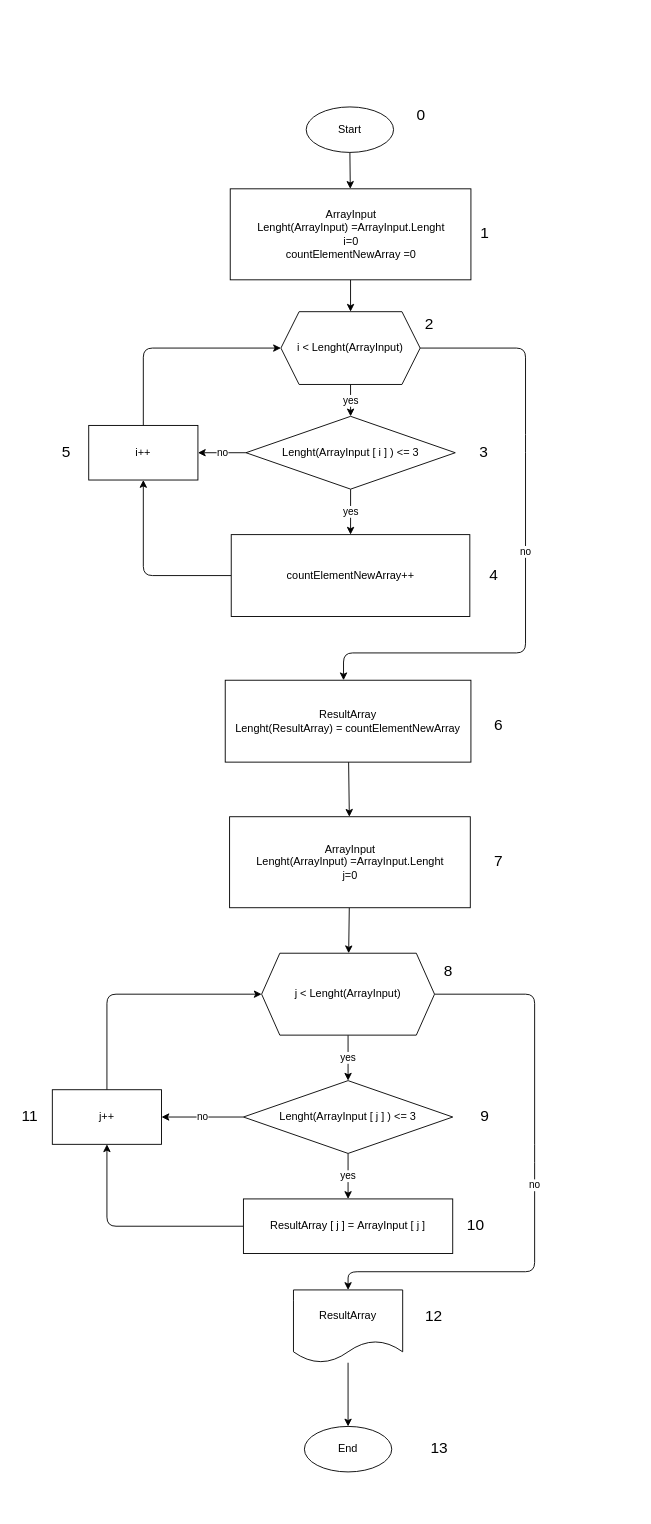
Earlier version of the draw.io diagram Task/al.drawio (KuroTamashiAF/Final-test-work). Source tidied: cells renumbered, new cells numbered last; positions are measured from the earlier drawing's top-left corner, leaving out a move shared by most shapes. Both pictures are drawn from the tidied source at 91%, with x=0, y=0 at pixel (15, 106).
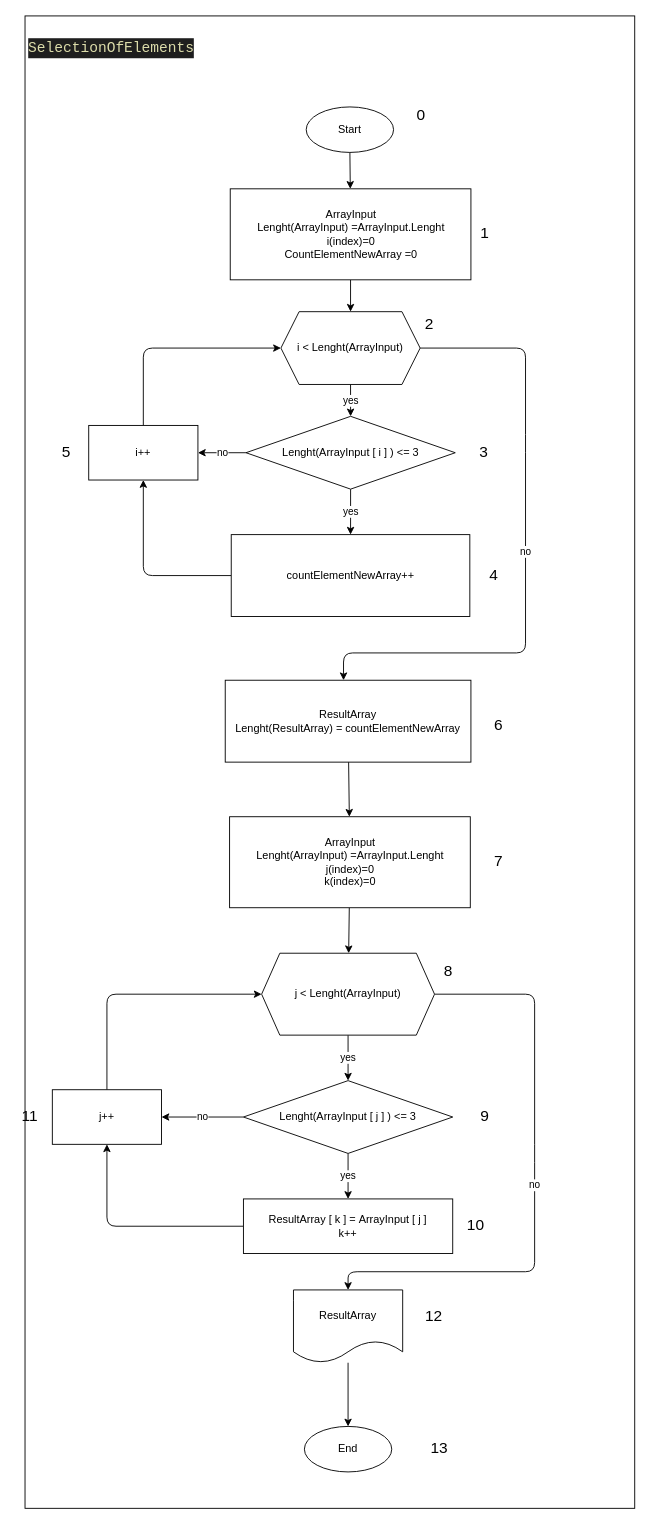
The same diagram, later.

Commit message (it also covers changes not shown here):
modified block diagram

Diff of the diagram source:
```diff
@@
+    <mxCell id="47" style="rounded=0;whiteSpace=wrap;html=1;" parent="1" vertex="1">
+      <mxGeometry x="10" y="-100" width="670" height="1640" as="geometry" />
+    </mxCell>
@@
-    <mxCell id="5" value="ArrayInput&lt;br&gt;Lenght(ArrayInput) =ArrayInput.Lenght&lt;br&gt;i=0&lt;br&gt;countElementNewArray =0" style="whiteSpace=wrap;html=1;" parent="1" vertex="1">
+    <mxCell id="5" value="ArrayInput&lt;br&gt;Lenght(ArrayInput) =ArrayInput.Lenght&lt;br&gt;i(index)=0&lt;br&gt;CountElementNewArray =0" style="whiteSpace=wrap;html=1;" parent="1" vertex="1">
       <mxGeometry x="235.5" y="90" width="264.5" height="100" as="geometry" />
     </mxCell>
@@
-    <mxCell id="19" value="ArrayInput&lt;br&gt;Lenght(ArrayInput) =ArrayInput.Lenght&lt;br&gt;j=0&lt;br&gt;" style="whiteSpace=wrap;html=1;" parent="1" vertex="1">
+    <mxCell id="19" value="ArrayInput&lt;br&gt;Lenght(ArrayInput) =ArrayInput.Lenght&lt;br&gt;j(index)=0&lt;br&gt;k(index)=0" style="whiteSpace=wrap;html=1;" parent="1" vertex="1">
       <mxGeometry x="234.8" y="780" width="264.5" height="100" as="geometry" />
     </mxCell>
@@
-    <mxCell id="27" value="&lt;span&gt;ResultArray [ j ] =&amp;nbsp;&lt;/span&gt;ArrayInput [ j ]" style="whiteSpace=wrap;html=1;" parent="1" vertex="1">
+    <mxCell id="27" value="&lt;span&gt;ResultArray [ k ] =&amp;nbsp;&lt;/span&gt;ArrayInput [ j ]&lt;br&gt;k++" style="whiteSpace=wrap;html=1;" parent="1" vertex="1">
       <mxGeometry x="250" y="1200" width="230" height="60" as="geometry" />
     </mxCell>
@@
+    <mxCell id="48" value="&lt;div style=&quot;color: rgb(212 , 212 , 212) ; background-color: rgb(30 , 30 , 30) ; font-family: &amp;#34;consolas&amp;#34; , &amp;#34;courier new&amp;#34; , monospace ; font-size: 16px ; line-height: 22px&quot;&gt;&lt;span style=&quot;color: #dcdcaa&quot;&gt;SelectionOfElements&lt;/span&gt;&lt;/div&gt;" style="text;html=1;strokeColor=none;fillColor=none;align=center;verticalAlign=middle;whiteSpace=wrap;rounded=0;" parent="1" vertex="1">
+      <mxGeometry x="20" y="-80" width="170" height="30" as="geometry" />
+    </mxCell>
```
